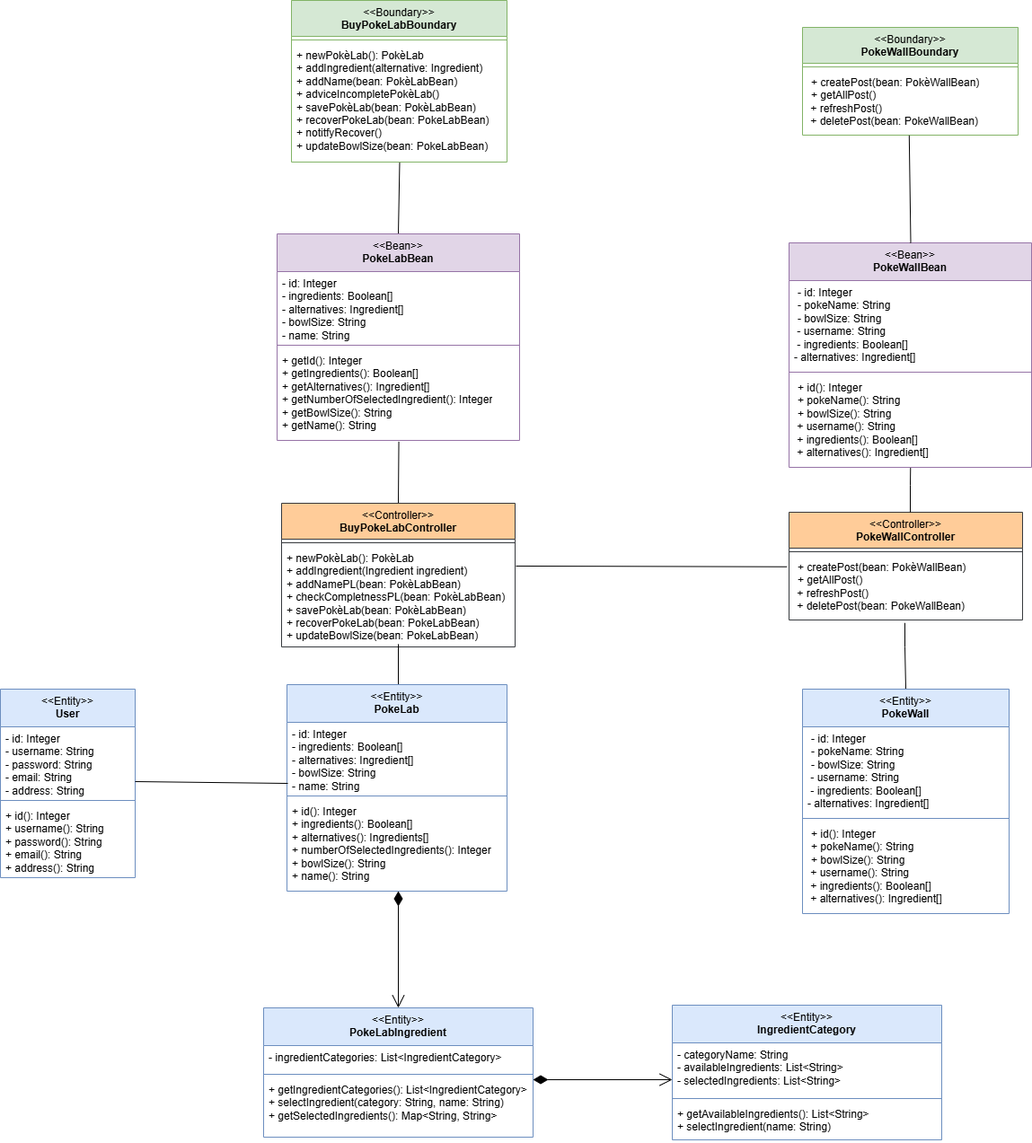
Before: diagrams/BCE.drawio.png, a diagram exported from draw.io (matteopinfildi/YourPoke-ISPWProject). Source tidied: cells renumbered, new cells last; positions are measured from the earlier drawing's top-left corner, leaving out a move shared by most shapes.
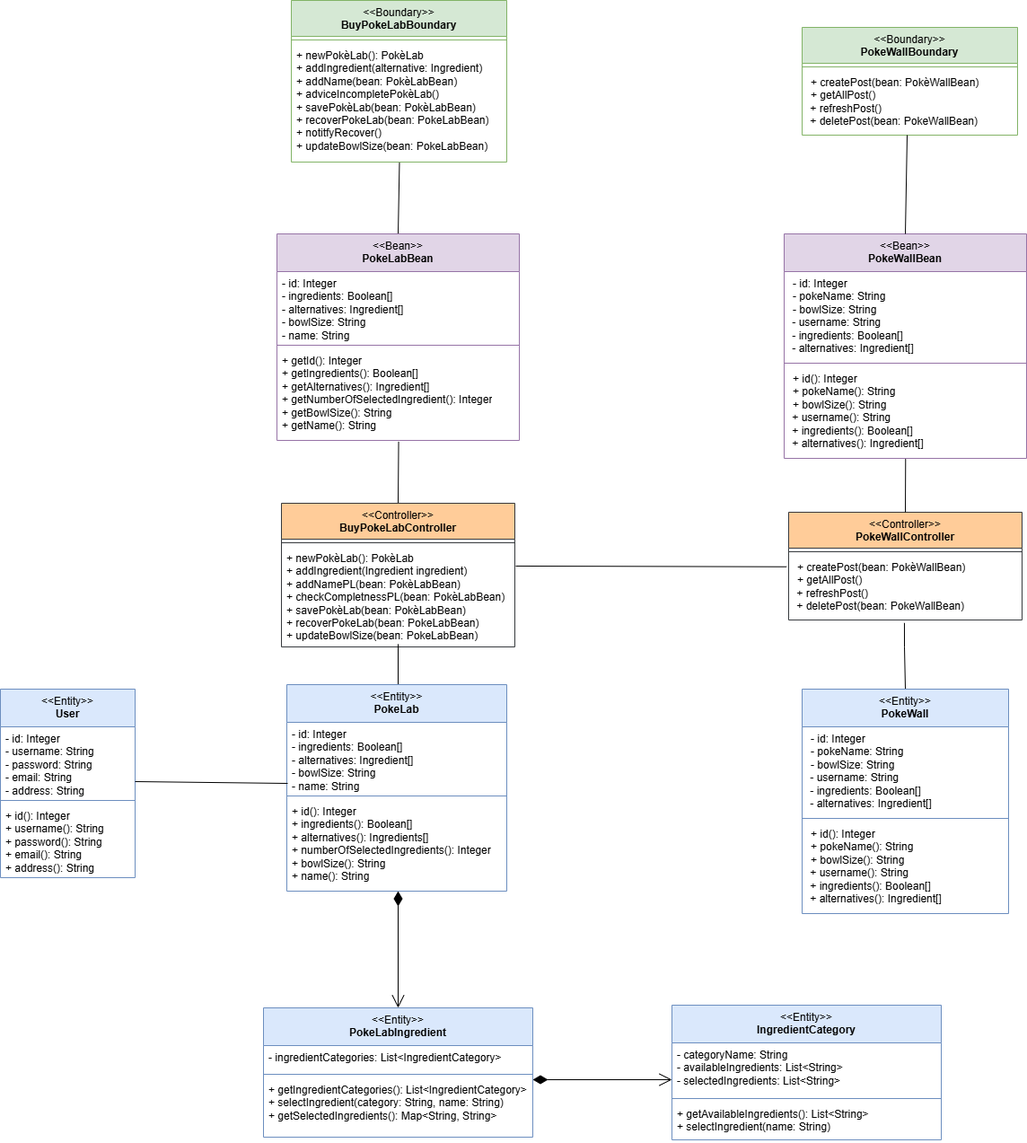
After the change.

What changed in the source:
```diff
@@ -71,7 +71,7 @@
     <mxCell id="21" value="&lt;div&gt;&lt;span style=&quot;font-weight: 400;&quot;&gt;&amp;lt;&amp;lt;Entity&amp;gt;&amp;gt;&lt;/span&gt;&lt;br&gt;&lt;/div&gt;PokeWall" style="swimlane;fontStyle=1;align=center;verticalAlign=top;horizontal=1;startSize=42;whiteSpace=wrap;html=1;fillColor=#dae8fc;strokeColor=#6c8ebf;" parent="1" vertex="1">
       <mxGeometry x="893" y="767" width="230" height="250" as="geometry" />
     </mxCell>
-    <mxCell id="22" value="&lt;p style=&quot;margin: 0px 0px 0px 4px;&quot;&gt;- id: Integer&lt;/p&gt;&lt;p style=&quot;margin: 0px 0px 0px 4px;&quot;&gt;- pokeName: String&lt;/p&gt;&lt;p style=&quot;margin: 0px 0px 0px 4px;&quot;&gt;- bowlSize: String&lt;/p&gt;&amp;nbsp;- username: String&lt;div&gt;&amp;nbsp;- ingredients: Boolean[]&lt;/div&gt;&lt;div&gt;- alternatives: Ingredient[]&lt;/div&gt;" style="text;strokeColor=none;fillColor=none;align=left;verticalAlign=top;spacingLeft=4;spacingRight=4;overflow=hidden;whiteSpace=wrap;html=1;" parent="21" vertex="1">
+    <mxCell id="22" value="&lt;p style=&quot;margin: 0px 0px 0px 4px;&quot;&gt;- id: Integer&lt;/p&gt;&lt;p style=&quot;margin: 0px 0px 0px 4px;&quot;&gt;- pokeName: String&lt;/p&gt;&lt;p style=&quot;margin: 0px 0px 0px 4px;&quot;&gt;- bowlSize: String&lt;/p&gt;&amp;nbsp;- username: String&lt;div&gt;&amp;nbsp;- ingredients: Boolean[]&lt;/div&gt;&lt;div&gt;&amp;nbsp;- alternatives: Ingredient[]&lt;/div&gt;" style="text;strokeColor=none;fillColor=none;align=left;verticalAlign=top;spacingLeft=4;spacingRight=4;overflow=hidden;whiteSpace=wrap;html=1;" parent="21" vertex="1">
       <mxGeometry y="42" width="230" height="98" as="geometry" />
     </mxCell>
     <mxCell id="23" style="line;strokeWidth=1;fillColor=none;align=left;verticalAlign=middle;spacingTop=-1;spacingLeft=3;spacingRight=3;labelPosition=right;strokeColor=inherit;" parent="21" vertex="1">
@@ -140,18 +140,13 @@
     <mxCell id="42" value="+ getAvailableIngredients(): List&amp;lt;String&amp;gt;&lt;div&gt;+ selectIngredient(name: String)&lt;/div&gt;" style="text;strokeColor=none;fillColor=none;align=left;verticalAlign=top;spacingLeft=4;spacingRight=4;overflow=hidden;whiteSpace=wrap;html=1;" parent="39" vertex="1">
       <mxGeometry y="108" width="300" height="42" as="geometry" />
     </mxCell>
-    <mxCell id="43" style="endArrow=none;html=1;rounded=0;entryX=0.501;entryY=1.007;entryDx=0;entryDy=0;entryPerimeter=0;" parent="1" edge="1" target="47">
-      <mxGeometry relative="1" as="geometry">
-        <mxPoint x="1013" y="570" as="sourcePoint" />
-        <Array as="points">
-          <mxPoint x="1013" y="540" />
-        </Array>
-      </mxGeometry>
+    <mxCell id="43" style="endArrow=none;html=1;rounded=0;entryX=0.501;entryY=1.007;entryDx=0;entryDy=0;entryPerimeter=0;exitX=0.5;exitY=0;exitDx=0;exitDy=0;" parent="1" edge="1" source="10" target="47">
+      <mxGeometry relative="1" as="geometry" />
     </mxCell>
     <mxCell id="44" value="&lt;div&gt;&lt;span style=&quot;font-weight: 400;&quot;&gt;&amp;lt;&amp;lt;Bean&amp;gt;&amp;gt;&lt;/span&gt;&lt;br&gt;&lt;/div&gt;PokeWallBean" style="swimlane;fontStyle=1;align=center;verticalAlign=top;horizontal=1;startSize=42;whiteSpace=wrap;html=1;fillColor=#e1d5e7;strokeColor=#9673a6;" parent="1" vertex="1">
-      <mxGeometry x="878" y="270" width="270" height="250" as="geometry" />
+      <mxGeometry x="873" y="260" width="270" height="250" as="geometry" />
     </mxCell>
-    <mxCell id="45" value="&lt;p style=&quot;margin: 0px 0px 0px 4px;&quot;&gt;- id: Integer&lt;/p&gt;&lt;p style=&quot;margin: 0px 0px 0px 4px;&quot;&gt;- pokeName: String&lt;/p&gt;&lt;p style=&quot;margin: 0px 0px 0px 4px;&quot;&gt;- bowlSize: String&lt;/p&gt;&amp;nbsp;- username: String&lt;div&gt;&amp;nbsp;- ingredients: Boolean[]&lt;/div&gt;&lt;div&gt;- alternatives: Ingredient[]&lt;/div&gt;" style="text;strokeColor=none;fillColor=none;align=left;verticalAlign=top;spacingLeft=4;spacingRight=4;overflow=hidden;whiteSpace=wrap;html=1;" parent="44" vertex="1">
+    <mxCell id="45" value="&lt;p style=&quot;margin: 0px 0px 0px 4px;&quot;&gt;- id: Integer&lt;/p&gt;&lt;p style=&quot;margin: 0px 0px 0px 4px;&quot;&gt;- pokeName: String&lt;/p&gt;&lt;p style=&quot;margin: 0px 0px 0px 4px;&quot;&gt;- bowlSize: String&lt;/p&gt;&amp;nbsp;- username: String&lt;div&gt;&amp;nbsp;- ingredients: Boolean[]&lt;/div&gt;&lt;div&gt;&amp;nbsp;- alternatives: Ingredient[]&lt;/div&gt;" style="text;strokeColor=none;fillColor=none;align=left;verticalAlign=top;spacingLeft=4;spacingRight=4;overflow=hidden;whiteSpace=wrap;html=1;" parent="44" vertex="1">
       <mxGeometry y="42" width="270" height="98" as="geometry" />
     </mxCell>
     <mxCell id="46" style="line;strokeWidth=1;fillColor=none;align=left;verticalAlign=middle;spacingTop=-1;spacingLeft=3;spacingRight=3;labelPosition=right;strokeColor=inherit;" parent="44" vertex="1">
@@ -169,9 +164,9 @@
     <mxCell id="50" value="&lt;p style=&quot;margin: 0px 0px 0px 4px;&quot;&gt;+ createPost(bean: PokèWallBean)&lt;/p&gt;&lt;p style=&quot;margin: 0px 0px 0px 4px;&quot;&gt;+ getAllPost()&lt;/p&gt;&lt;div&gt;&amp;nbsp;&lt;span style=&quot;background-color: transparent; color: light-dark(rgb(0, 0, 0), rgb(255, 255, 255));&quot;&gt;+ refreshPost()&lt;/span&gt;&lt;/div&gt;&lt;div&gt;&lt;span style=&quot;background-color: transparent; color: light-dark(rgb(0, 0, 0), rgb(255, 255, 255));&quot;&gt;&amp;nbsp;+ deletePost(bean: PokeWallBean)&lt;/span&gt;&lt;/div&gt;" style="text;strokeColor=none;fillColor=none;align=left;verticalAlign=top;spacingLeft=4;spacingRight=4;overflow=hidden;points=[[0,0.5],[1,0.5]];portConstraint=eastwest;whiteSpace=wrap;html=1;" parent="48" vertex="1">
       <mxGeometry y="48" width="240" height="72" as="geometry" />
     </mxCell>
-    <mxCell id="51" style="endArrow=none;html=1;rounded=0;exitX=0.495;exitY=1.005;exitDx=0;exitDy=0;exitPerimeter=0;" parent="1" edge="1" source="50">
+    <mxCell id="51" style="endArrow=none;html=1;rounded=0;entryX=0.5;entryY=0;entryDx=0;entryDy=0;" parent="1" edge="1" target="44">
       <mxGeometry relative="1" as="geometry">
-        <mxPoint x="1013.5" y="270" as="targetPoint" />
+        <mxPoint x="1010" y="150" as="sourcePoint" />
       </mxGeometry>
     </mxCell>
   </root>
```
